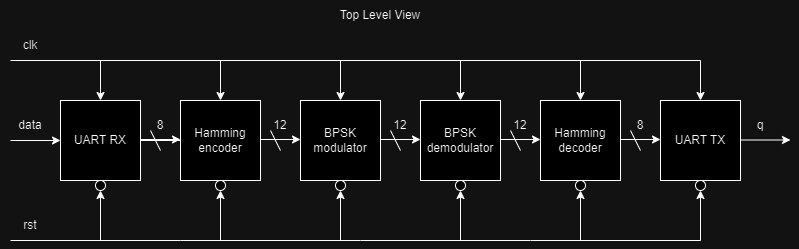
Above: transeiver.drawio.png in RDSik/verilog-transceiver (draw.io), before the change. Source tidied: cells renumbered, new cells last; positions are measured from the earlier drawing's top-left corner, leaving out a move shared by most shapes.
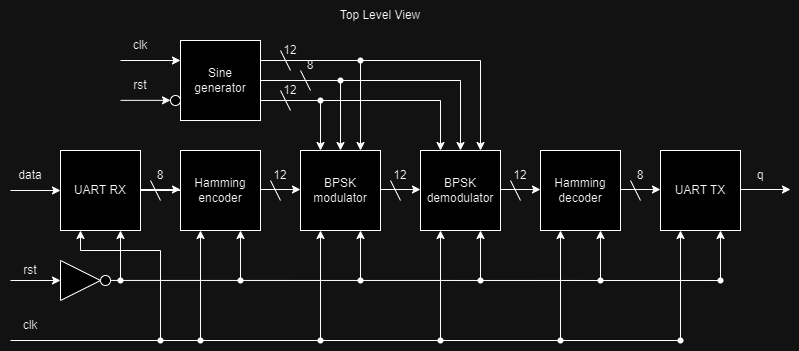
The same diagram one commit later.

Change to the diagram source:
```diff
@@ -29,18 +29,10 @@
       <mxGeometry y="110" width="60" height="30" as="geometry" />
     </mxCell>
     <mxCell id="10" value="q" style="text;html=1;strokeColor=none;fillColor=none;align=center;verticalAlign=middle;whiteSpace=wrap;rounded=0;" parent="1" vertex="1">
-      <mxGeometry x="730" y="110" width="60" height="30" as="geometry" />
+      <mxGeometry x="730" y="109.5" width="60" height="30" as="geometry" />
     </mxCell>
-    <mxCell id="11" style="endArrow=classic;html=1;rounded=0;entryX=0.5;entryY=0;entryDx=0;entryDy=0;" parent="1" edge="1" target="7">
-      <mxGeometry relative="1" as="geometry">
-        <mxPoint x="10" y="60" as="sourcePoint" />
-        <Array as="points">
-          <mxPoint x="700" y="60" />
-        </Array>
-      </mxGeometry>
-    </mxCell>
     <mxCell id="12" value="clk" style="text;html=1;strokeColor=none;fillColor=none;align=center;verticalAlign=middle;whiteSpace=wrap;rounded=0;" parent="1" vertex="1">
-      <mxGeometry y="30" width="60" height="30" as="geometry" />
+      <mxGeometry y="260" width="60" height="30" as="geometry" />
     </mxCell>
     <mxCell id="13" value="UART RX" style="text;html=1;strokeColor=none;fillColor=none;align=center;verticalAlign=middle;whiteSpace=wrap;rounded=0;" parent="1" vertex="1">
       <mxGeometry x="70" y="125" width="60" height="30" as="geometry" />
@@ -71,77 +63,20 @@
     </mxCell>
     <mxCell id="21" style="endArrow=classic;html=1;rounded=0;entryX=0;entryY=0.5;entryDx=0;entryDy=0;" parent="1" edge="1">
       <mxGeometry relative="1" as="geometry">
-        <mxPoint x="740" y="139.5" as="sourcePoint" />
-        <mxPoint x="790" y="139.5" as="targetPoint" />
+        <mxPoint x="740" y="139" as="sourcePoint" />
+        <mxPoint x="790" y="139" as="targetPoint" />
       </mxGeometry>
     </mxCell>
-    <mxCell id="22" style="endArrow=classic;html=1;rounded=0;entryX=0.5;entryY=1;entryDx=0;entryDy=0;" parent="1" edge="1" target="49">
-      <mxGeometry relative="1" as="geometry">
-        <mxPoint x="100" y="240" as="sourcePoint" />
-      </mxGeometry>
-    </mxCell>
-    <mxCell id="23" style="endArrow=classic;html=1;rounded=0;entryX=0.5;entryY=1;entryDx=0;entryDy=0;" parent="1" edge="1" target="45">
-      <mxGeometry relative="1" as="geometry">
-        <mxPoint x="10" y="240" as="sourcePoint" />
-        <Array as="points">
-          <mxPoint x="180" y="240" />
-          <mxPoint x="360" y="240" />
-          <mxPoint x="530" y="240" />
-          <mxPoint x="700" y="240" />
-        </Array>
-      </mxGeometry>
-    </mxCell>
     <mxCell id="24" value="rst" style="text;html=1;strokeColor=none;fillColor=none;align=center;verticalAlign=middle;whiteSpace=wrap;rounded=0;" parent="1" vertex="1">
-      <mxGeometry y="210" width="60" height="30" as="geometry" />
+      <mxGeometry y="205" width="60" height="30" as="geometry" />
     </mxCell>
-    <mxCell id="25" style="endArrow=classic;html=1;rounded=0;entryX=0.5;entryY=1;entryDx=0;entryDy=0;" parent="1" edge="1" target="48">
-      <mxGeometry relative="1" as="geometry">
-        <mxPoint x="220" y="240" as="sourcePoint" />
-      </mxGeometry>
-    </mxCell>
-    <mxCell id="26" style="endArrow=classic;html=1;rounded=0;entryX=0.5;entryY=1;entryDx=0;entryDy=0;" parent="1" edge="1" target="47">
+    <mxCell id="26" style="endArrow=classic;html=1;rounded=0;entryX=0.75;entryY=1;entryDx=0;entryDy=0;" parent="1" edge="1" source="64" target="5">
       <mxGeometry relative="1" as="geometry">
-        <mxPoint x="340" y="240" as="sourcePoint" />
+        <Array as="points">
+          <mxPoint x="360" y="230" />
+        </Array>
       </mxGeometry>
     </mxCell>
-    <mxCell id="27" style="endArrow=classic;html=1;rounded=0;entryX=0.5;entryY=1;entryDx=0;entryDy=0;" parent="1" edge="1" target="46">
-      <mxGeometry relative="1" as="geometry">
-        <mxPoint x="460" y="240" as="sourcePoint" />
-      </mxGeometry>
-    </mxCell>
-    <mxCell id="28" style="endArrow=classic;html=1;rounded=0;entryX=0.5;entryY=1;entryDx=0;entryDy=0;entryPerimeter=0;" parent="1" edge="1" target="34">
-      <mxGeometry relative="1" as="geometry">
-        <mxPoint x="580" y="240" as="sourcePoint" />
-      </mxGeometry>
-    </mxCell>
-    <mxCell id="29" style="endArrow=classic;html=1;rounded=0;entryX=0.5;entryY=0;entryDx=0;entryDy=0;" parent="1" edge="1" target="3">
-      <mxGeometry relative="1" as="geometry">
-        <mxPoint x="100" y="60" as="sourcePoint" />
-      </mxGeometry>
-    </mxCell>
-    <mxCell id="30" style="endArrow=classic;html=1;rounded=0;entryX=0.5;entryY=0;entryDx=0;entryDy=0;" parent="1" edge="1" target="4">
-      <mxGeometry relative="1" as="geometry">
-        <mxPoint x="220" y="60" as="sourcePoint" />
-      </mxGeometry>
-    </mxCell>
-    <mxCell id="31" style="endArrow=classic;html=1;rounded=0;entryX=0.5;entryY=0;entryDx=0;entryDy=0;" parent="1" edge="1" target="5">
-      <mxGeometry relative="1" as="geometry">
-        <mxPoint x="340" y="60" as="sourcePoint" />
-      </mxGeometry>
-    </mxCell>
-    <mxCell id="32" style="endArrow=classic;html=1;rounded=0;entryX=0.5;entryY=0;entryDx=0;entryDy=0;" parent="1" edge="1" target="17">
-      <mxGeometry relative="1" as="geometry">
-        <mxPoint x="460" y="60" as="sourcePoint" />
-      </mxGeometry>
-    </mxCell>
-    <mxCell id="33" style="endArrow=classic;html=1;rounded=0;entryX=0.5;entryY=0;entryDx=0;entryDy=0;" parent="1" edge="1" target="6">
-      <mxGeometry relative="1" as="geometry">
-        <mxPoint x="580" y="60" as="sourcePoint" />
-      </mxGeometry>
-    </mxCell>
-    <mxCell id="34" style="ellipse;whiteSpace=wrap;html=1;" parent="1" vertex="1">
-      <mxGeometry x="575" y="180" width="10" height="10" as="geometry" />
-    </mxCell>
     <mxCell id="35" style="endArrow=none;html=1;rounded=0;" parent="1" edge="1">
       <mxGeometry relative="1" as="geometry">
         <mxPoint x="150" y="130" as="sourcePoint" />
@@ -199,20 +134,8 @@
         <mxPoint x="520" y="150" as="targetPoint" />
       </mxGeometry>
     </mxCell>
-    <mxCell id="45" style="ellipse;whiteSpace=wrap;html=1;" parent="1" vertex="1">
-      <mxGeometry x="695" y="180" width="10" height="10" as="geometry" />
-    </mxCell>
-    <mxCell id="46" style="ellipse;whiteSpace=wrap;html=1;" parent="1" vertex="1">
-      <mxGeometry x="455" y="180" width="10" height="10" as="geometry" />
-    </mxCell>
-    <mxCell id="47" style="ellipse;whiteSpace=wrap;html=1;" parent="1" vertex="1">
-      <mxGeometry x="335" y="180" width="10" height="10" as="geometry" />
-    </mxCell>
-    <mxCell id="48" style="ellipse;whiteSpace=wrap;html=1;" parent="1" vertex="1">
-      <mxGeometry x="215" y="180" width="10" height="10" as="geometry" />
-    </mxCell>
     <mxCell id="49" style="ellipse;whiteSpace=wrap;html=1;" parent="1" vertex="1">
-      <mxGeometry x="95" y="180" width="10" height="10" as="geometry" />
+      <mxGeometry x="100" y="225" width="10" height="10" as="geometry" />
     </mxCell>
     <mxCell id="50" value="8" style="text;html=1;strokeColor=none;fillColor=none;align=center;verticalAlign=middle;whiteSpace=wrap;rounded=0;" parent="1" vertex="1">
       <mxGeometry x="610" y="110" width="60" height="30" as="geometry" />
@@ -227,7 +150,280 @@
       <mxGeometry x="490" y="110" width="60" height="30" as="geometry" />
     </mxCell>
     <mxCell id="54" value="Top Level View" style="text;html=1;strokeColor=none;fillColor=none;align=center;verticalAlign=middle;whiteSpace=wrap;rounded=0;" parent="1" vertex="1">
-      <mxGeometry x="335" width="90" height="30" as="geometry" />
+      <mxGeometry x="335" y="-50" width="90" height="30" as="geometry" />
     </mxCell>
+    <mxCell id="55" style="whiteSpace=wrap;html=1;" parent="1" vertex="1">
+      <mxGeometry x="180" y="-10" width="80" height="80" as="geometry" />
+    </mxCell>
+    <mxCell id="56" value="Sine generator" style="text;html=1;strokeColor=none;fillColor=none;align=center;verticalAlign=middle;whiteSpace=wrap;rounded=0;" parent="1" vertex="1">
+      <mxGeometry x="190" y="15" width="60" height="30" as="geometry" />
+    </mxCell>
+    <mxCell id="57" style="triangle;whiteSpace=wrap;html=1;" parent="1" vertex="1">
+      <mxGeometry x="60" y="210" width="40" height="40" as="geometry" />
+    </mxCell>
+    <mxCell id="58" style="endArrow=classic;html=1;rounded=0;entryX=0;entryY=0.5;entryDx=0;entryDy=0;" parent="1" edge="1" target="57">
+      <mxGeometry relative="1" as="geometry">
+        <mxPoint x="10" y="230" as="sourcePoint" />
+      </mxGeometry>
+    </mxCell>
+    <mxCell id="59" style="endArrow=classic;html=1;rounded=0;entryX=0.75;entryY=1;entryDx=0;entryDy=0;" parent="1" edge="1" target="3">
+      <mxGeometry relative="1" as="geometry">
+        <mxPoint x="120" y="230" as="sourcePoint" />
+      </mxGeometry>
+    </mxCell>
+    <mxCell id="60" style="ellipse;whiteSpace=wrap;html=1;" parent="1" vertex="1">
+      <mxGeometry x="110" y="220" as="geometry" />
+    </mxCell>
+    <mxCell id="61" style="shape=waypoint;sketch=0;fillStyle=solid;size=6;fillColor=none;perimeter=centerPerimeter;" parent="1" vertex="1">
+      <mxGeometry x="110" y="220" width="20" height="20" as="geometry" />
+    </mxCell>
+    <mxCell id="62" style="shape=waypoint;sketch=0;fillStyle=solid;size=6;points=[];fillColor=none;perimeter=centerPerimeter;snapToPoint=1;" parent="1" vertex="1">
+      <mxGeometry x="230" y="220" width="20" height="20" as="geometry" />
+    </mxCell>
+    <mxCell id="63" style="endArrow=classic;html=1;rounded=0;entryDx=0;entryDy=0;" parent="1" edge="1" target="64">
+      <mxGeometry relative="1" as="geometry">
+        <mxPoint x="360" y="230" as="sourcePoint" />
+      </mxGeometry>
+    </mxCell>
+    <mxCell id="64" style="shape=waypoint;sketch=0;fillStyle=solid;size=6;points=[];fillColor=none;perimeter=centerPerimeter;snapToPoint=1;" parent="1" vertex="1">
+      <mxGeometry x="350" y="220" width="20" height="20" as="geometry" />
+    </mxCell>
+    <mxCell id="65" style="endArrow=classic;html=1;rounded=0;entryX=0.75;entryY=1;entryDx=0;entryDy=0;" parent="1" edge="1" source="62" target="4">
+      <mxGeometry relative="1" as="geometry" />
+    </mxCell>
+    <mxCell id="66" style="endArrow=classic;html=1;rounded=0;entryX=0.75;entryY=1;entryDx=0;entryDy=0;" parent="1" edge="1" source="68">
+      <mxGeometry relative="1" as="geometry">
+        <mxPoint x="480" y="180" as="targetPoint" />
+        <Array as="points">
+          <mxPoint x="480" y="230" />
+        </Array>
+      </mxGeometry>
+    </mxCell>
+    <mxCell id="67" style="endArrow=classic;html=1;rounded=0;entryDx=0;entryDy=0;" parent="1" edge="1" target="68">
+      <mxGeometry relative="1" as="geometry">
+        <mxPoint x="480" y="230" as="sourcePoint" />
+      </mxGeometry>
+    </mxCell>
+    <mxCell id="68" style="shape=waypoint;sketch=0;fillStyle=solid;size=6;points=[];fillColor=none;perimeter=centerPerimeter;snapToPoint=1;" parent="1" vertex="1">
+      <mxGeometry x="470" y="220" width="20" height="20" as="geometry" />
+    </mxCell>
+    <mxCell id="69" style="endArrow=classic;html=1;rounded=0;entryX=0.75;entryY=1;entryDx=0;entryDy=0;" parent="1" edge="1" source="71">
+      <mxGeometry relative="1" as="geometry">
+        <mxPoint x="600" y="180" as="targetPoint" />
+        <Array as="points">
+          <mxPoint x="600" y="230" />
+        </Array>
+      </mxGeometry>
+    </mxCell>
+    <mxCell id="70" style="endArrow=classic;html=1;rounded=0;entryDx=0;entryDy=0;" parent="1" edge="1" target="71">
+      <mxGeometry relative="1" as="geometry">
+        <mxPoint x="600" y="230" as="sourcePoint" />
+      </mxGeometry>
+    </mxCell>
+    <mxCell id="71" style="shape=waypoint;sketch=0;fillStyle=solid;size=6;points=[];fillColor=none;perimeter=centerPerimeter;snapToPoint=1;" parent="1" vertex="1">
+      <mxGeometry x="590" y="220" width="20" height="20" as="geometry" />
+    </mxCell>
+    <mxCell id="72" style="endArrow=classic;html=1;rounded=0;entryX=0.75;entryY=1;entryDx=0;entryDy=0;" parent="1" edge="1" source="74">
+      <mxGeometry relative="1" as="geometry">
+        <mxPoint x="720" y="180" as="targetPoint" />
+        <Array as="points">
+          <mxPoint x="720" y="230" />
+        </Array>
+      </mxGeometry>
+    </mxCell>
+    <mxCell id="73" style="endArrow=classic;html=1;rounded=0;entryDx=0;entryDy=0;" parent="1" edge="1" target="74">
+      <mxGeometry relative="1" as="geometry">
+        <mxPoint x="720" y="230" as="sourcePoint" />
+      </mxGeometry>
+    </mxCell>
+    <mxCell id="74" style="shape=waypoint;sketch=0;fillStyle=solid;size=6;points=[];fillColor=none;perimeter=centerPerimeter;snapToPoint=1;" parent="1" vertex="1">
+      <mxGeometry x="710" y="220" width="20" height="20" as="geometry" />
+    </mxCell>
+    <mxCell id="75" style="endArrow=none;html=1;rounded=0;exitX=0.959;exitY=0.494;exitDx=0;exitDy=0;exitPerimeter=0;" parent="1" edge="1" source="49" target="74">
+      <mxGeometry relative="1" as="geometry" />
+    </mxCell>
+    <mxCell id="76" style="endArrow=classic;html=1;rounded=0;entryX=0.25;entryY=1;entryDx=0;entryDy=0;" parent="1" edge="1" source="79" target="5">
+      <mxGeometry relative="1" as="geometry">
+        <Array as="points">
+          <mxPoint x="320" y="290" />
+        </Array>
+      </mxGeometry>
+    </mxCell>
+    <mxCell id="77" style="shape=waypoint;sketch=0;fillStyle=solid;size=6;points=[];fillColor=none;perimeter=centerPerimeter;snapToPoint=1;" parent="1" vertex="1">
+      <mxGeometry x="190" y="280" width="20" height="20" as="geometry" />
+    </mxCell>
+    <mxCell id="78" style="endArrow=classic;html=1;rounded=0;entryDx=0;entryDy=0;" parent="1" edge="1" target="79">
+      <mxGeometry relative="1" as="geometry">
+        <mxPoint x="320" y="290" as="sourcePoint" />
+      </mxGeometry>
+    </mxCell>
+    <mxCell id="79" style="shape=waypoint;sketch=0;fillStyle=solid;size=6;points=[];fillColor=none;perimeter=centerPerimeter;snapToPoint=1;" parent="1" vertex="1">
+      <mxGeometry x="310" y="280" width="20" height="20" as="geometry" />
+    </mxCell>
+    <mxCell id="80" style="endArrow=classic;html=1;rounded=0;entryX=0.25;entryY=1;entryDx=0;entryDy=0;" parent="1" edge="1" source="77" target="4">
+      <mxGeometry relative="1" as="geometry" />
+    </mxCell>
+    <mxCell id="81" style="endArrow=classic;html=1;rounded=0;entryX=0.25;entryY=1;entryDx=0;entryDy=0;" parent="1" edge="1" source="83" target="17">
+      <mxGeometry relative="1" as="geometry">
+        <Array as="points">
+          <mxPoint x="440" y="290" />
+        </Array>
+      </mxGeometry>
+    </mxCell>
+    <mxCell id="82" style="endArrow=classic;html=1;rounded=0;entryDx=0;entryDy=0;" parent="1" edge="1" target="83">
+      <mxGeometry relative="1" as="geometry">
+        <mxPoint x="440" y="290" as="sourcePoint" />
+      </mxGeometry>
+    </mxCell>
+    <mxCell id="83" style="shape=waypoint;sketch=0;fillStyle=solid;size=6;points=[];fillColor=none;perimeter=centerPerimeter;snapToPoint=1;" parent="1" vertex="1">
+      <mxGeometry x="430" y="280" width="20" height="20" as="geometry" />
+    </mxCell>
+    <mxCell id="84" style="endArrow=classic;html=1;rounded=0;entryX=0.25;entryY=1;entryDx=0;entryDy=0;" parent="1" edge="1" source="86" target="6">
+      <mxGeometry relative="1" as="geometry">
+        <Array as="points">
+          <mxPoint x="560" y="290" />
+        </Array>
+      </mxGeometry>
+    </mxCell>
+    <mxCell id="85" style="endArrow=classic;html=1;rounded=0;entryDx=0;entryDy=0;" parent="1" edge="1" target="86">
+      <mxGeometry relative="1" as="geometry">
+        <mxPoint x="560" y="290" as="sourcePoint" />
+      </mxGeometry>
+    </mxCell>
+    <mxCell id="86" style="shape=waypoint;sketch=0;fillStyle=solid;size=6;points=[];fillColor=none;perimeter=centerPerimeter;snapToPoint=1;" parent="1" vertex="1">
+      <mxGeometry x="550" y="280" width="20" height="20" as="geometry" />
+    </mxCell>
+    <mxCell id="87" style="endArrow=classic;html=1;rounded=0;entryX=0.25;entryY=1;entryDx=0;entryDy=0;" parent="1" edge="1" source="89" target="7">
+      <mxGeometry relative="1" as="geometry">
+        <Array as="points">
+          <mxPoint x="680" y="290" />
+        </Array>
+      </mxGeometry>
+    </mxCell>
+    <mxCell id="88" style="endArrow=classic;html=1;rounded=0;entryDx=0;entryDy=0;" parent="1" edge="1" target="89">
+      <mxGeometry relative="1" as="geometry">
+        <mxPoint x="680" y="290" as="sourcePoint" />
+      </mxGeometry>
+    </mxCell>
+    <mxCell id="89" style="shape=waypoint;sketch=0;fillStyle=solid;size=6;points=[];fillColor=none;perimeter=centerPerimeter;snapToPoint=1;" parent="1" vertex="1">
+      <mxGeometry x="670" y="280" width="20" height="20" as="geometry" />
+    </mxCell>
+    <mxCell id="90" style="endArrow=none;html=1;rounded=0;" parent="1" edge="1" target="89">
+      <mxGeometry relative="1" as="geometry">
+        <mxPoint x="10" y="290" as="sourcePoint" />
+      </mxGeometry>
+    </mxCell>
+    <mxCell id="91" style="endArrow=classic;html=1;rounded=0;entryX=0.25;entryY=1;entryDx=0;entryDy=0;" parent="1" edge="1" target="3">
+      <mxGeometry relative="1" as="geometry">
+        <mxPoint x="160" y="290" as="sourcePoint" />
+        <Array as="points">
+          <mxPoint x="160" y="200" />
+          <mxPoint x="80" y="200" />
+        </Array>
+      </mxGeometry>
+    </mxCell>
+    <mxCell id="92" style="shape=waypoint;sketch=0;fillStyle=solid;size=6;fillColor=none;perimeter=centerPerimeter;" parent="1" vertex="1">
+      <mxGeometry x="150" y="280" width="20" height="20" as="geometry" />
+    </mxCell>
+    <mxCell id="93" style="endArrow=classic;html=1;rounded=0;exitDx=0;exitDy=0;entryX=0.75;entryY=0;entryDx=0;entryDy=0;" parent="1" edge="1" source="101" target="5">
+      <mxGeometry relative="1" as="geometry">
+        <Array as="points">
+          <mxPoint x="360" y="10" />
+        </Array>
+      </mxGeometry>
+    </mxCell>
+    <mxCell id="94" style="endArrow=classic;html=1;rounded=0;entryX=0.5;entryY=0;entryDx=0;entryDy=0;exitX=1;exitY=0.5;exitDx=0;exitDy=0;" parent="1" edge="1" source="55" target="5">
+      <mxGeometry relative="1" as="geometry">
+        <Array as="points">
+          <mxPoint x="340" y="30" />
+        </Array>
+      </mxGeometry>
+    </mxCell>
+    <mxCell id="95" style="endArrow=classic;html=1;rounded=0;exitX=1;exitY=0.75;exitDx=0;exitDy=0;entryX=0.25;entryY=0;entryDx=0;entryDy=0;" parent="1" edge="1" source="55" target="5">
+      <mxGeometry relative="1" as="geometry">
+        <Array as="points">
+          <mxPoint x="320" y="50" />
+        </Array>
+      </mxGeometry>
+    </mxCell>
+    <mxCell id="96" style="endArrow=classic;html=1;rounded=0;entryX=0.75;entryY=0;entryDx=0;entryDy=0;exitX=1;exitY=0.25;exitDx=0;exitDy=0;" parent="1" edge="1" source="55" target="17">
+      <mxGeometry relative="1" as="geometry">
+        <Array as="points">
+          <mxPoint x="480" y="10" />
+        </Array>
+      </mxGeometry>
+    </mxCell>
+    <mxCell id="97" style="endArrow=classic;html=1;rounded=0;entryX=0.5;entryY=0;entryDx=0;entryDy=0;" parent="1" edge="1" target="17">
+      <mxGeometry relative="1" as="geometry">
+        <mxPoint x="340" y="30" as="sourcePoint" />
+        <Array as="points">
+          <mxPoint x="460" y="30" />
+        </Array>
+      </mxGeometry>
+    </mxCell>
+    <mxCell id="98" style="endArrow=classic;html=1;rounded=0;entryX=0.25;entryY=0;entryDx=0;entryDy=0;" parent="1" edge="1" target="17">
+      <mxGeometry relative="1" as="geometry">
+        <mxPoint x="320" y="50" as="sourcePoint" />
+        <Array as="points">
+          <mxPoint x="440" y="50" />
+        </Array>
+      </mxGeometry>
+    </mxCell>
+    <mxCell id="99" style="shape=waypoint;sketch=0;fillStyle=solid;size=6;fillColor=none;perimeter=centerPerimeter;" parent="1" vertex="1">
+      <mxGeometry x="310" y="40" width="20" height="20" as="geometry" />
+    </mxCell>
+    <mxCell id="100" style="shape=waypoint;sketch=0;fillStyle=solid;size=6;fillColor=none;perimeter=centerPerimeter;" parent="1" vertex="1">
+      <mxGeometry x="330" y="20" width="20" height="20" as="geometry" />
+    </mxCell>
+    <mxCell id="101" style="shape=waypoint;sketch=0;fillStyle=solid;size=6;points=[];fillColor=none;perimeter=centerPerimeter;snapToPoint=1;" parent="1" vertex="1">
+      <mxGeometry x="350" width="20" height="20" as="geometry" />
+    </mxCell>
+    <mxCell id="102" style="endArrow=classic;html=1;rounded=0;entryX=0;entryY=0.25;entryDx=0;entryDy=0;" parent="1" edge="1" target="55">
+      <mxGeometry relative="1" as="geometry">
+        <mxPoint x="120" y="10" as="sourcePoint" />
+      </mxGeometry>
+    </mxCell>
+    <mxCell id="103" value="clk" style="text;html=1;strokeColor=none;fillColor=none;align=center;verticalAlign=middle;whiteSpace=wrap;rounded=0;" parent="1" vertex="1">
+      <mxGeometry x="110" y="-20" width="60" height="30" as="geometry" />
+    </mxCell>
+    <mxCell id="104" style="ellipse;whiteSpace=wrap;html=1;" parent="1" vertex="1">
+      <mxGeometry x="170" y="45" width="10" height="10" as="geometry" />
+    </mxCell>
+    <mxCell id="105" style="endArrow=classic;html=1;rounded=0;entryX=0;entryY=0.5;entryDx=0;entryDy=0;" parent="1" edge="1">
+      <mxGeometry relative="1" as="geometry">
+        <mxPoint x="120" y="49.9" as="sourcePoint" />
+        <mxPoint x="170" y="49.9" as="targetPoint" />
+      </mxGeometry>
+    </mxCell>
+    <mxCell id="106" value="rst" style="text;html=1;strokeColor=none;fillColor=none;align=center;verticalAlign=middle;whiteSpace=wrap;rounded=0;" parent="1" vertex="1">
+      <mxGeometry x="110" y="20" width="60" height="30" as="geometry" />
+    </mxCell>
+    <mxCell id="107" style="endArrow=none;html=1;rounded=0;" parent="1" edge="1">
+      <mxGeometry relative="1" as="geometry">
+        <mxPoint x="280" as="sourcePoint" />
+        <mxPoint x="290" y="20" as="targetPoint" />
+      </mxGeometry>
+    </mxCell>
+    <mxCell id="108" value="12" style="text;html=1;strokeColor=none;fillColor=none;align=center;verticalAlign=middle;whiteSpace=wrap;rounded=0;" parent="1" vertex="1">
+      <mxGeometry x="260" y="-15" width="60" height="30" as="geometry" />
+    </mxCell>
+    <mxCell id="109" style="endArrow=none;html=1;rounded=0;" parent="1" edge="1">
+      <mxGeometry relative="1" as="geometry">
+        <mxPoint x="280" y="40" as="sourcePoint" />
+        <mxPoint x="290" y="60" as="targetPoint" />
+      </mxGeometry>
+    </mxCell>
+    <mxCell id="110" value="12" style="text;html=1;strokeColor=none;fillColor=none;align=center;verticalAlign=middle;whiteSpace=wrap;rounded=0;" parent="1" vertex="1">
+      <mxGeometry x="260" y="25" width="60" height="30" as="geometry" />
+    </mxCell>
+    <mxCell id="111" style="endArrow=none;html=1;rounded=0;" parent="1" edge="1">
+      <mxGeometry relative="1" as="geometry">
+        <mxPoint x="300" y="20" as="sourcePoint" />
+        <mxPoint x="310" y="40" as="targetPoint" />
+      </mxGeometry>
+    </mxCell>
+    <mxCell id="112" value="8" style="text;html=1;strokeColor=none;fillColor=none;align=center;verticalAlign=middle;whiteSpace=wrap;rounded=0;" parent="1" vertex="1">
+      <mxGeometry x="280" width="60" height="30" as="geometry" />
+    </mxCell>
   </root>
 </mxGraphModel>
```
